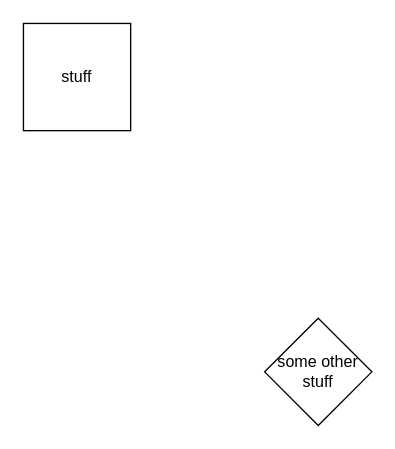
This is Untitled Diagram.drawio from u1i/sandbox, a draw.io file, before an edit. Source tidied: cells renumbered, new cells numbered last; positions are measured from the earlier drawing's top-left corner, leaving out a move shared by most shapes. Both pictures are drawn from the tidied source at 134%, with x=0, y=0 at pixel (23, 23).
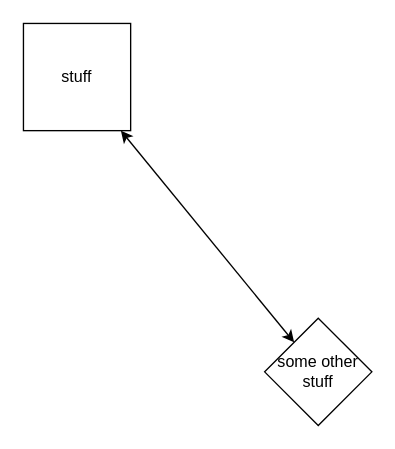
Above is the later version.

Change to the diagram source:
```diff
@@
 <mxGraphModel>
   <root>
     <mxCell id="0" />
     <mxCell id="1" parent="0" />
     <mxCell id="2" value="stuff" style="whiteSpace=wrap;html=1;" parent="1" vertex="1">
       <mxGeometry width="80" height="80" as="geometry" />
     </mxCell>
     <mxCell id="3" value="some other stuff" style="rhombus;whiteSpace=wrap;html=1;" parent="1" vertex="1">
       <mxGeometry x="180" y="220" width="80" height="80" as="geometry" />
     </mxCell>
+    <mxCell id="4" style="endArrow=classic;startArrow=classic;html=1;" parent="1" edge="1" source="3" target="2">
+      <mxGeometry relative="1" as="geometry" />
+    </mxCell>
   </root>
 </mxGraphModel>
```
